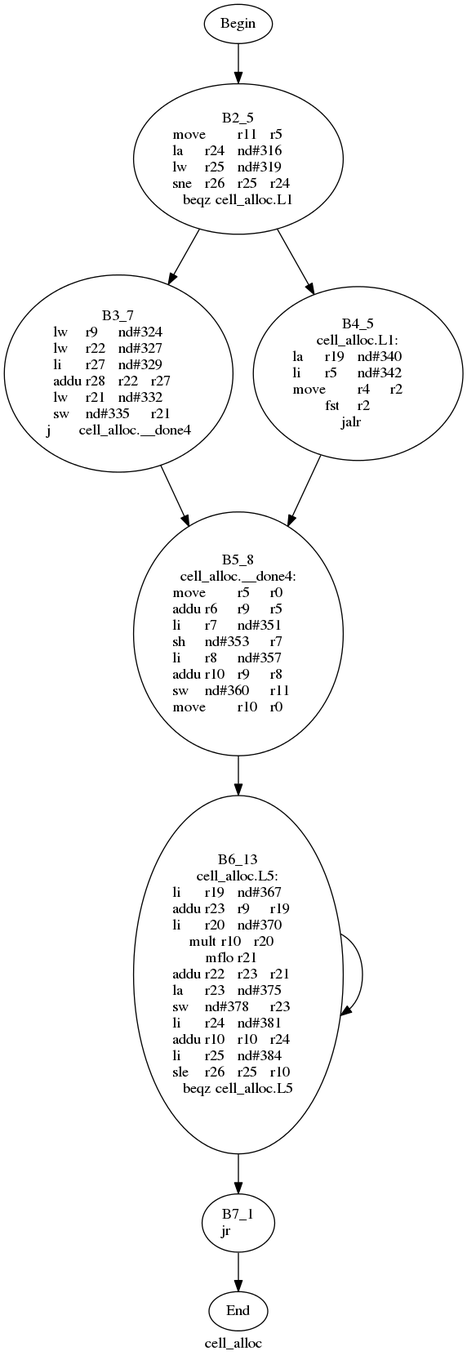
The Graphviz diagram testcase/dot_file/cell_alloc_prev.dot.png in qixianbd/partition_wqm_new_one, before a commit. Its source is kept beside it as testcase/dot_file/cell_alloc_prev.dot.
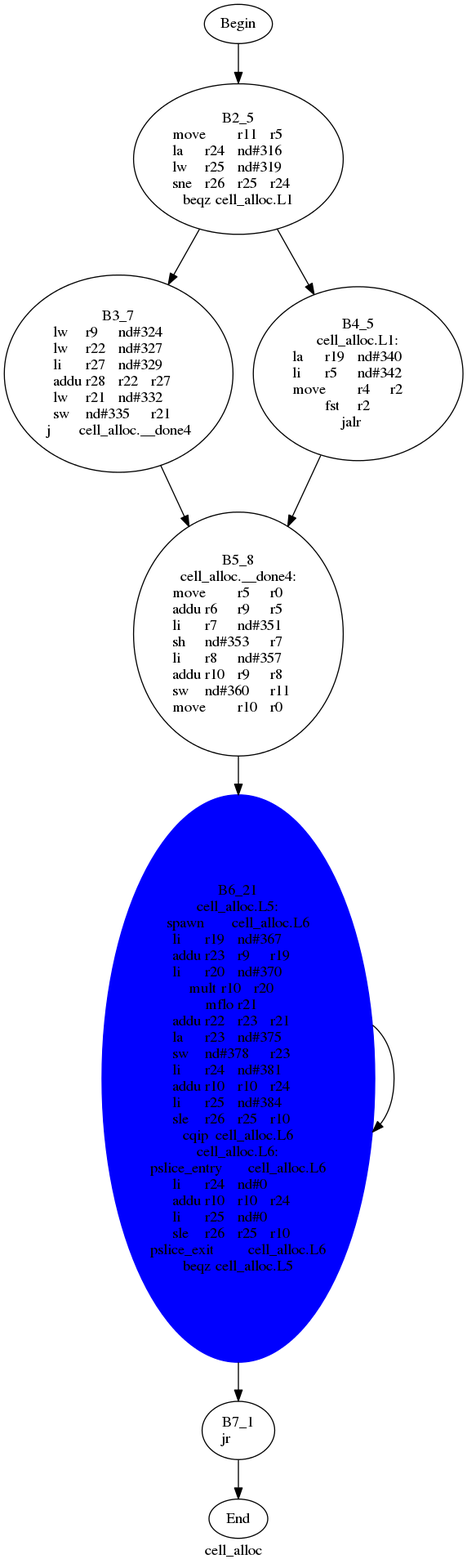
The same file after the commit.

Change to the diagram source:
```diff
@@ -13,8 +13,9 @@
 	Node4 -> {Node5 }
 	Node5 [label = "B5_8\ncell_alloc.__done4:\nmove	r5	r0	\naddu	r6	r9	r5	\nli	r7	nd#351	\nsh	nd#353	r7	\nli	r8	nd#357	\naddu	r10	r9	r8	\nsw	nd#360	r11	\nmove	r10	r0	\n"];
 	Node5 -> {Node6 }
-	Node6 [label = "B6_13\ncell_alloc.L5:\nli	r19	nd#367	\naddu	r23	r9	r19	\nli	r20	nd#370	\nmult	r10	r20	\nmflo	r21	\naddu	r22	r23	r21	\nla	r23	nd#375	\nsw	nd#378	r23	\nli	r24	nd#381	\naddu	r10	r10	r24	\nli	r25	nd#384	\nsle	r26	r25	r10	\nbeqz	cell_alloc.L5\n"];
+	Node6 [label = "B6_21\ncell_alloc.L5:\nspawn	cell_alloc.L6\nli	r19	nd#367	\naddu	r23	r9	r19	\nli	r20	nd#370	\nmult	r10	r20	\nmflo	r21	\naddu	r22	r23	r21	\nla	r23	nd#375	\nsw	nd#378	r23	\nli	r24	nd#381	\naddu	r10	r10	r24	\nli	r25	nd#384	\nsle	r26	r25	r10	\ncqip	cell_alloc.L6\ncell_alloc.L6:\npslice_entry	cell_alloc.L6\nli	r24	nd#0	\naddu	r10	r10	r24	\nli	r25	nd#0	\nsle	r26	r25	r10	\npslice_exit	cell_alloc.L6\nbeqz	cell_alloc.L5\n"];
 	Node6 -> {Node7 Node6 }
 	Node7 [label = "B7_1\njr	\n"];
 	Node7 -> {Node1 }
+	Node6 [shape = ellipse ,style=filled ,color=blue];
 }
```
